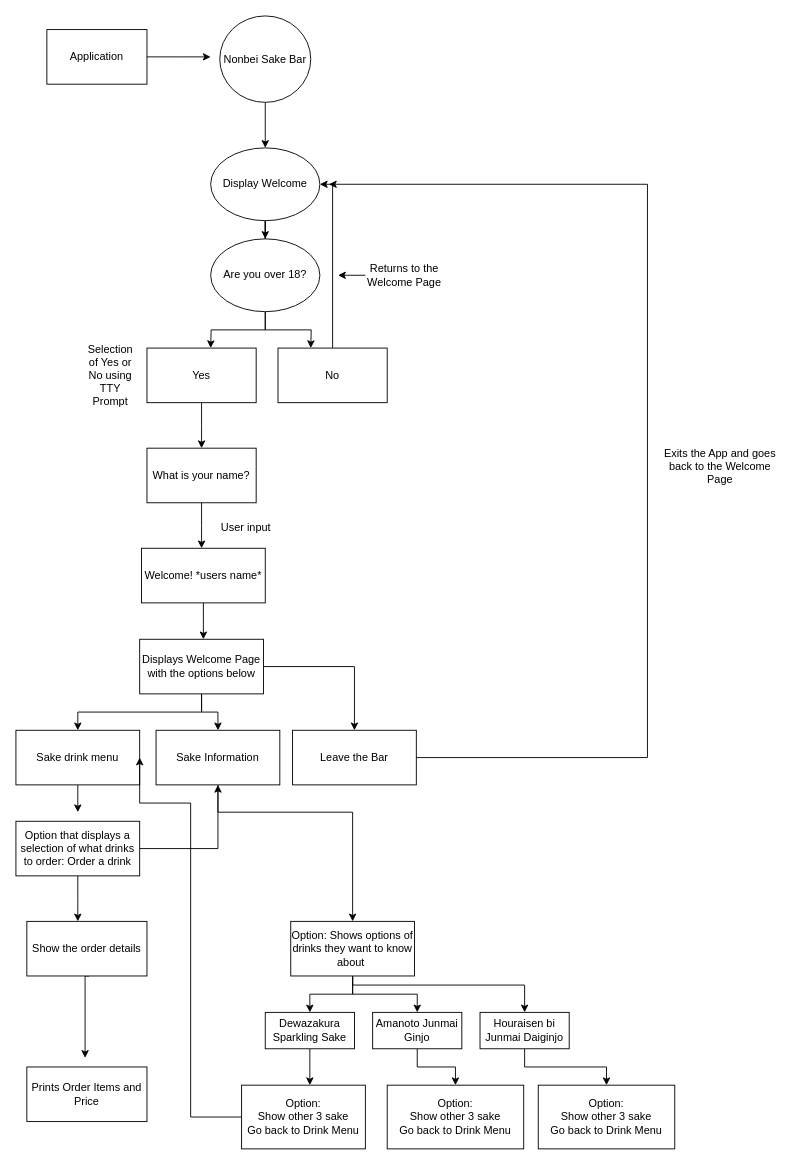
mattty-t/nonbei_sake_bar keeps this draw.io diagram as docs/nonbei_sake_bar.drawio. Above is the earlier version. Source tidied: cells renumbered, new cells numbered last; positions are measured from the earlier drawing's top-left corner, leaving out a move shared by most shapes. Both pictures are drawn from the tidied source at 91%, with x=0, y=0 at pixel (15, 15).
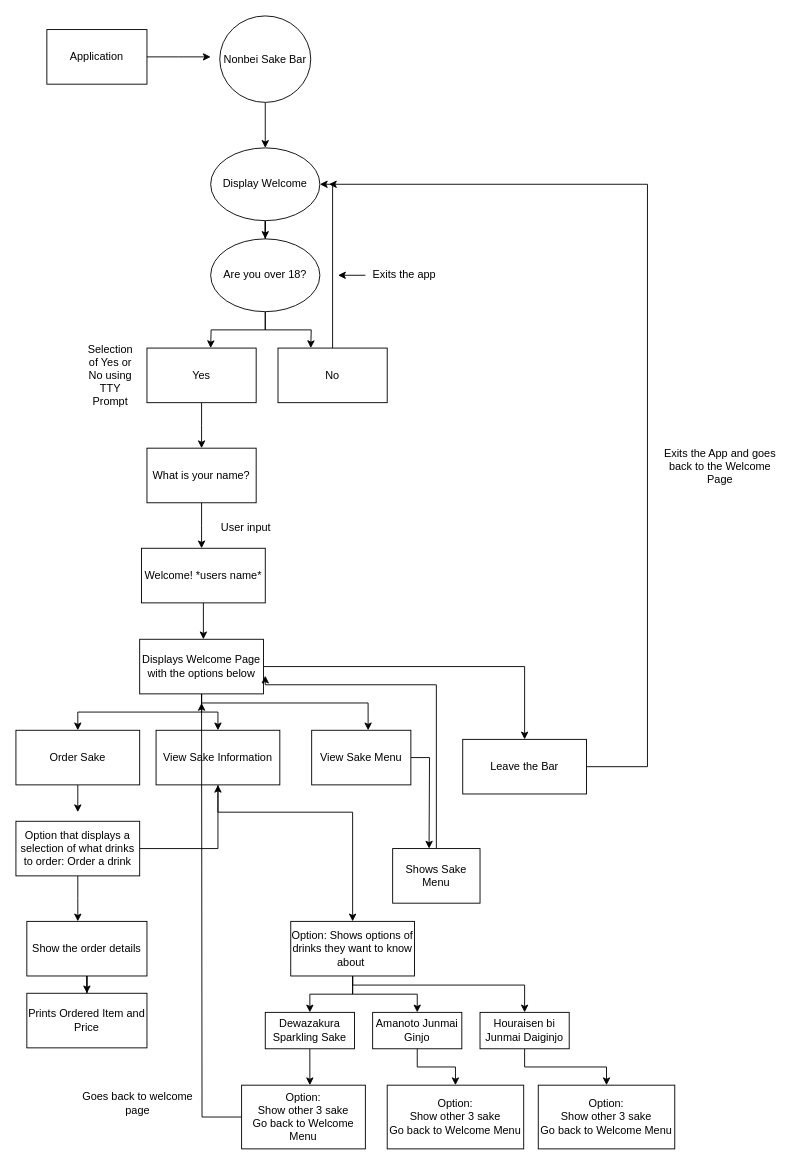
The same diagram, later.

The change refers to these unchanged cells:
```xml
<mxCell id="24" value="Displays Welcome Page with the options below" style="rounded=0;whiteSpace=wrap;html=1;" parent="1" vertex="1">
  <mxGeometry x="136" y="685" width="136" height="60" as="geometry" />
</mxCell>
<mxCell id="38" value="Show the order details" style="rounded=0;whiteSpace=wrap;html=1;" parent="1" vertex="1">
  <mxGeometry x="12" y="995" width="132" height="60" as="geometry" />
</mxCell>
```

Change to the diagram source:
```diff
@@
-    <mxCell id="16" value="Returns to the Welcome Page" style="text;html=1;strokeColor=none;fillColor=none;align=center;verticalAlign=middle;whiteSpace=wrap;rounded=0;" parent="1" vertex="1">
+    <mxCell id="16" value="Exits the app" style="text;html=1;strokeColor=none;fillColor=none;align=center;verticalAlign=middle;whiteSpace=wrap;rounded=0;" parent="1" vertex="1">
       <mxGeometry x="384" y="270" width="86" height="30" as="geometry" />
     </mxCell>
@@
+    <mxCell id="54" style="edgeStyle=orthogonalEdgeStyle;rounded=0;jettySize=auto;html=1;entryX=0.569;entryY=0;entryDx=0;entryDy=0;entryPerimeter=0;" parent="1" edge="1" source="24" target="58">
+      <mxGeometry relative="1" as="geometry">
+        <Array as="points">
+          <mxPoint x="204" y="755" />
+          <mxPoint x="387" y="755" />
+        </Array>
+      </mxGeometry>
+    </mxCell>
@@
-    <mxCell id="26" value="Sake drink menu" style="rounded=0;whiteSpace=wrap;html=1;" parent="1" vertex="1">
+    <mxCell id="26" value="Order Sake" style="rounded=0;whiteSpace=wrap;html=1;" parent="1" vertex="1">
       <mxGeometry y="785" width="136" height="60" as="geometry" />
     </mxCell>
@@
-    <mxCell id="28" value="Sake Information" style="rounded=0;whiteSpace=wrap;html=1;" parent="1" vertex="1">
+    <mxCell id="28" value="View Sake Information" style="rounded=0;whiteSpace=wrap;html=1;" parent="1" vertex="1">
       <mxGeometry x="154" y="785" width="136" height="60" as="geometry" />
     </mxCell>
-    <mxCell id="29" style="edgeStyle=orthogonalEdgeStyle;rounded=0;jettySize=auto;html=1;" parent="1" edge="1" source="30">
+    <mxCell id="29" style="edgeStyle=orthogonalEdgeStyle;rounded=0;orthogonalLoop=1;jettySize=auto;html=1;" parent="1" edge="1">
       <mxGeometry relative="1" as="geometry">
+        <mxPoint x="554" y="825" as="sourcePoint" />
         <mxPoint x="344" y="185" as="targetPoint" />
         <Array as="points">
-          <mxPoint x="694" y="815" />
+          <mxPoint x="694" y="825" />
           <mxPoint x="694" y="185" />
         </Array>
       </mxGeometry>
     </mxCell>
     <mxCell id="30" value="Leave the Bar" style="rounded=0;whiteSpace=wrap;html=1;" parent="1" vertex="1">
-      <mxGeometry x="304" y="785" width="136" height="60" as="geometry" />
+      <mxGeometry x="491" y="795" width="136" height="60" as="geometry" />
     </mxCell>
@@
-    <mxCell id="37" style="edgeStyle=orthogonalEdgeStyle;rounded=0;orthogonalLoop=1;jettySize=auto;html=1;" parent="1" edge="1">
-      <mxGeometry relative="1" as="geometry">
-        <mxPoint x="80.5" y="1055" as="sourcePoint" />
-        <mxPoint x="76" y="1145" as="targetPoint" />
-        <Array as="points">
-          <mxPoint x="76" y="1055" />
-        </Array>
-      </mxGeometry>
-    </mxCell>
+    <mxCell id="55" style="edgeStyle=orthogonalEdgeStyle;rounded=0;jettySize=auto;html=1;entryX=0.5;entryY=0;entryDx=0;entryDy=0;" parent="1" edge="1" source="38" target="53">
+      <mxGeometry relative="1" as="geometry" />
+    </mxCell>
@@
-    <mxCell id="49" style="edgeStyle=orthogonalEdgeStyle;rounded=0;jettySize=auto;html=1;entryX=1;entryY=0.5;entryDx=0;entryDy=0;" parent="1" edge="1" source="50" target="26">
-      <mxGeometry relative="1" as="geometry">
-        <Array as="points">
-          <mxPoint x="192" y="1210" />
-          <mxPoint x="192" y="865" />
-          <mxPoint x="136" y="865" />
-        </Array>
-      </mxGeometry>
-    </mxCell>
+    <mxCell id="56" style="edgeStyle=orthogonalEdgeStyle;rounded=0;jettySize=auto;html=1;" parent="1" edge="1" source="50">
+      <mxGeometry relative="1" as="geometry">
+        <mxPoint x="204" y="755" as="targetPoint" />
+      </mxGeometry>
+    </mxCell>
-    <mxCell id="50" value="Option:&lt;br&gt;Show other 3 sake&lt;br&gt;Go back to Drink Menu" style="rounded=0;whiteSpace=wrap;html=1;" parent="1" vertex="1">
+    <mxCell id="50" value="Option:&lt;br&gt;Show other 3 sake&lt;br&gt;Go back to Welcome Menu" style="rounded=0;whiteSpace=wrap;html=1;" parent="1" vertex="1">
       <mxGeometry x="248" y="1175" width="136" height="70" as="geometry" />
     </mxCell>
-    <mxCell id="51" value="Option:&lt;br&gt;Show other 3 sake&lt;br&gt;Go back to Drink Menu" style="rounded=0;whiteSpace=wrap;html=1;" parent="1" vertex="1">
+    <mxCell id="51" value="Option:&lt;br&gt;Show other 3 sake&lt;br&gt;Go back to Welcome Menu" style="rounded=0;whiteSpace=wrap;html=1;" parent="1" vertex="1">
       <mxGeometry x="408" y="1175" width="150" height="70" as="geometry" />
     </mxCell>
-    <mxCell id="52" value="Option:&lt;br&gt;Show other 3 sake&lt;br&gt;Go back to Drink Menu" style="rounded=0;whiteSpace=wrap;html=1;" parent="1" vertex="1">
+    <mxCell id="52" value="Option:&lt;br&gt;Show other 3 sake&lt;br&gt;Go back to Welcome Menu" style="rounded=0;whiteSpace=wrap;html=1;" parent="1" vertex="1">
       <mxGeometry x="574" y="1175" width="150" height="70" as="geometry" />
     </mxCell>
-    <mxCell id="53" value="Prints Order Items and Price" style="rounded=0;whiteSpace=wrap;html=1;" parent="1" vertex="1">
-      <mxGeometry x="12" y="1155" width="132" height="60" as="geometry" />
+    <mxCell id="53" value="Prints Ordered Item and Price" style="rounded=0;whiteSpace=wrap;html=1;" parent="1" vertex="1">
+      <mxGeometry x="12" y="1074" width="132" height="60" as="geometry" />
     </mxCell>
+    <mxCell id="57" style="edgeStyle=orthogonalEdgeStyle;rounded=0;jettySize=auto;html=1;" parent="1" edge="1" source="58">
+      <mxGeometry relative="1" as="geometry">
+        <mxPoint x="454" y="915" as="targetPoint" />
+      </mxGeometry>
+    </mxCell>
+    <mxCell id="58" value="View Sake Menu" style="rounded=0;whiteSpace=wrap;html=1;" parent="1" vertex="1">
+      <mxGeometry x="325" y="785" width="109" height="60" as="geometry" />
+    </mxCell>
+    <mxCell id="59" style="edgeStyle=orthogonalEdgeStyle;rounded=0;jettySize=auto;html=1;" parent="1" edge="1" source="60">
+      <mxGeometry relative="1" as="geometry">
+        <mxPoint x="274" y="725" as="targetPoint" />
+        <Array as="points">
+          <mxPoint x="462" y="735" />
+          <mxPoint x="274" y="735" />
+        </Array>
+      </mxGeometry>
+    </mxCell>
+    <mxCell id="60" value="Shows Sake Menu" style="rounded=0;whiteSpace=wrap;html=1;" parent="1" vertex="1">
+      <mxGeometry x="414" y="915" width="96" height="60" as="geometry" />
+    </mxCell>
+    <mxCell id="61" value="Goes back to welcome page" style="text;html=1;strokeColor=none;fillColor=none;align=center;verticalAlign=middle;whiteSpace=wrap;rounded=0;" parent="1" vertex="1">
+      <mxGeometry x="64" y="1175" width="140" height="40" as="geometry" />
+    </mxCell>
```
